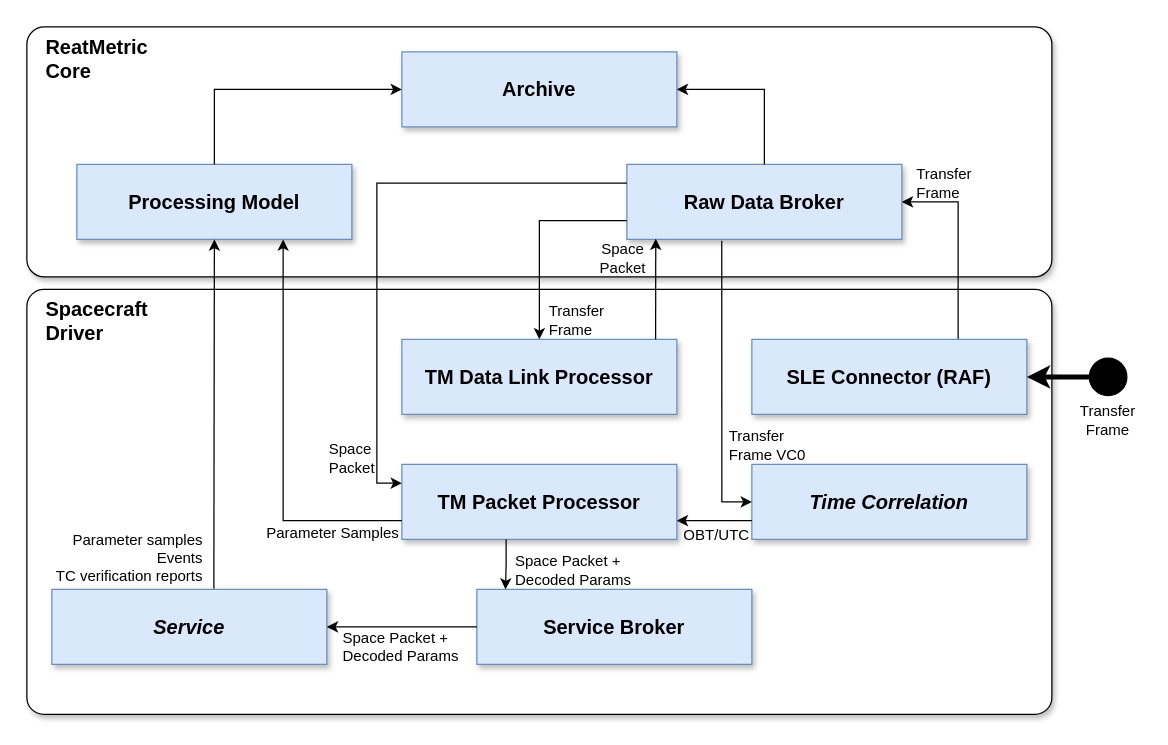
Before: page "Spacecraft Driver - Telemetry" (3 of 5) of docs/Drawings.drawio in dariol83/reatmetric, a draw.io diagram. Source tidied: cells renumbered, new cells numbered last; positions are measured from the earlier drawing's top-left corner, leaving out a move shared by most shapes. Both pictures are drawn from the tidied source at 125%, with x=0, y=0 at pixel (26, 26).
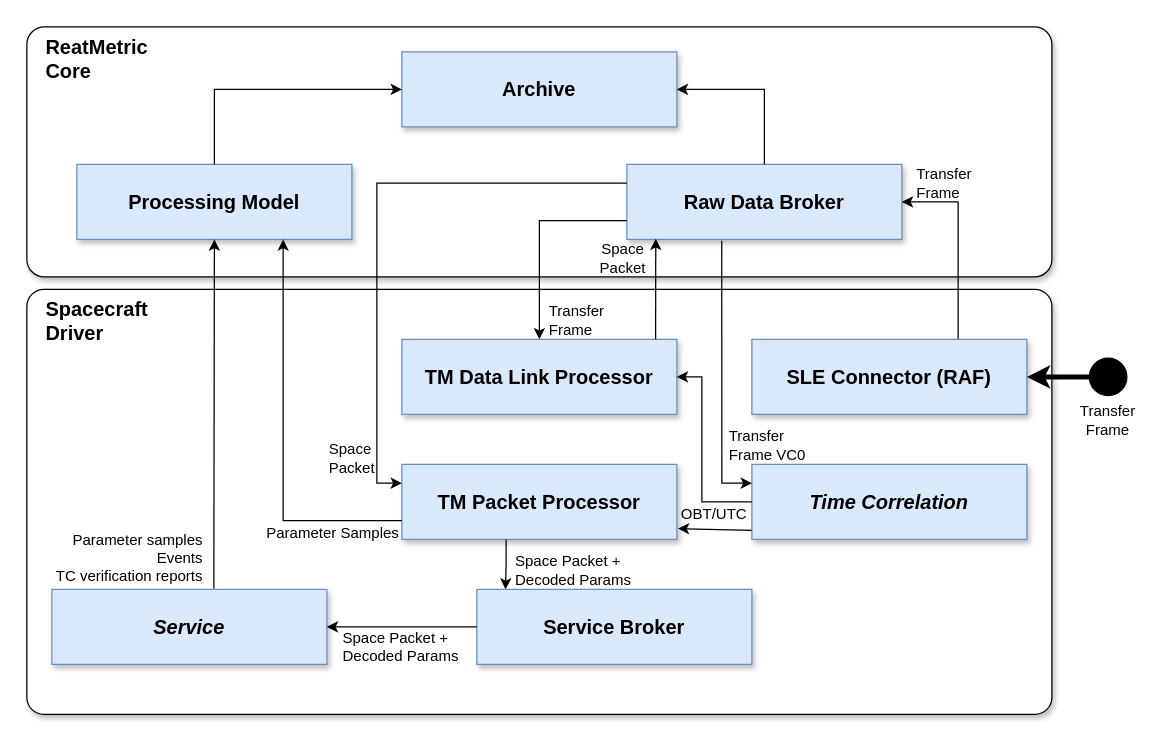
The same diagram, later.

Unchanged cells that the change refers to:
```xml
<mxCell id="5" value="Raw Data Broker" style="rounded=0;whiteSpace=wrap;html=1;fontStyle=1;fontSize=16;shadow=1;fillColor=#dae8fc;strokeColor=#6c8ebf;" parent="1" vertex="1">
  <mxGeometry x="480" y="110" width="220" height="60" as="geometry" />
</mxCell>
<mxCell id="7" value="TM Data Link Processor" style="rounded=0;whiteSpace=wrap;html=1;fontStyle=1;fontSize=16;shadow=1;fillColor=#dae8fc;strokeColor=#6c8ebf;" parent="1" vertex="1">
  <mxGeometry x="300" y="250" width="220" height="60" as="geometry" />
</mxCell>
<mxCell id="8" value="TM Packet Processor" style="rounded=0;whiteSpace=wrap;html=1;fontStyle=1;fontSize=16;shadow=1;fillColor=#dae8fc;strokeColor=#6c8ebf;" parent="1" vertex="1">
  <mxGeometry x="300" y="350" width="220" height="60" as="geometry" />
</mxCell>
<mxCell id="11" value="&lt;i&gt;Time Correlation&lt;/i&gt;" style="rounded=0;whiteSpace=wrap;html=1;fontStyle=1;fontSize=16;shadow=1;fillColor=#dae8fc;strokeColor=#6c8ebf;" parent="1" vertex="1">
  <mxGeometry x="580" y="350" width="220" height="60" as="geometry" />
</mxCell>
```

What changed in the source:
```diff
@@
-    <mxCell id="18" style="endArrow=classic;html=1;rounded=0;exitX=0.345;exitY=1.017;exitDx=0;exitDy=0;entryX=0;entryY=0.5;entryDx=0;entryDy=0;exitPerimeter=0;" parent="1" edge="1" source="5" target="11">
+    <mxCell id="18" style="endArrow=classic;html=1;rounded=0;exitX=0.345;exitY=1.017;exitDx=0;exitDy=0;entryX=0;entryY=0.25;entryDx=0;entryDy=0;exitPerimeter=0;" parent="1" edge="1" source="5" target="11">
       <mxGeometry relative="1" as="geometry">
         <Array as="points">
-          <mxPoint x="556" y="380" />
+          <mxPoint x="556" y="365" />
         </Array>
       </mxGeometry>
     </mxCell>
-    <mxCell id="19" style="endArrow=classic;html=1;rounded=0;exitX=0;exitY=0.75;exitDx=0;exitDy=0;entryX=1;entryY=0.75;entryDx=0;entryDy=0;" parent="1" edge="1" source="11" target="8">
+    <mxCell id="19" style="endArrow=classic;html=1;rounded=0;exitX=-0.001;exitY=0.879;exitDx=0;exitDy=0;entryX=1.004;entryY=0.856;entryDx=0;entryDy=0;exitPerimeter=0;entryPerimeter=0;" parent="1" edge="1" source="11" target="8">
       <mxGeometry relative="1" as="geometry" />
     </mxCell>
@@
     <mxCell id="33" value="OBT/UTC" style="text;html=1;strokeColor=none;fillColor=none;align=center;verticalAlign=middle;whiteSpace=wrap;rounded=0;" parent="1" vertex="1">
-      <mxGeometry x="522" y="392" width="60" height="30" as="geometry" />
+      <mxGeometry x="520" y="375" width="60" height="30" as="geometry" />
     </mxCell>
@@
+    <mxCell id="38" style="endArrow=classic;html=1;rounded=0;exitX=0;exitY=0.5;exitDx=0;exitDy=0;entryX=1;entryY=0.5;entryDx=0;entryDy=0;" parent="1" edge="1" source="11" target="7">
+      <mxGeometry relative="1" as="geometry">
+        <Array as="points">
+          <mxPoint x="540" y="380" />
+          <mxPoint x="540" y="280" />
+        </Array>
+      </mxGeometry>
+    </mxCell>
```
